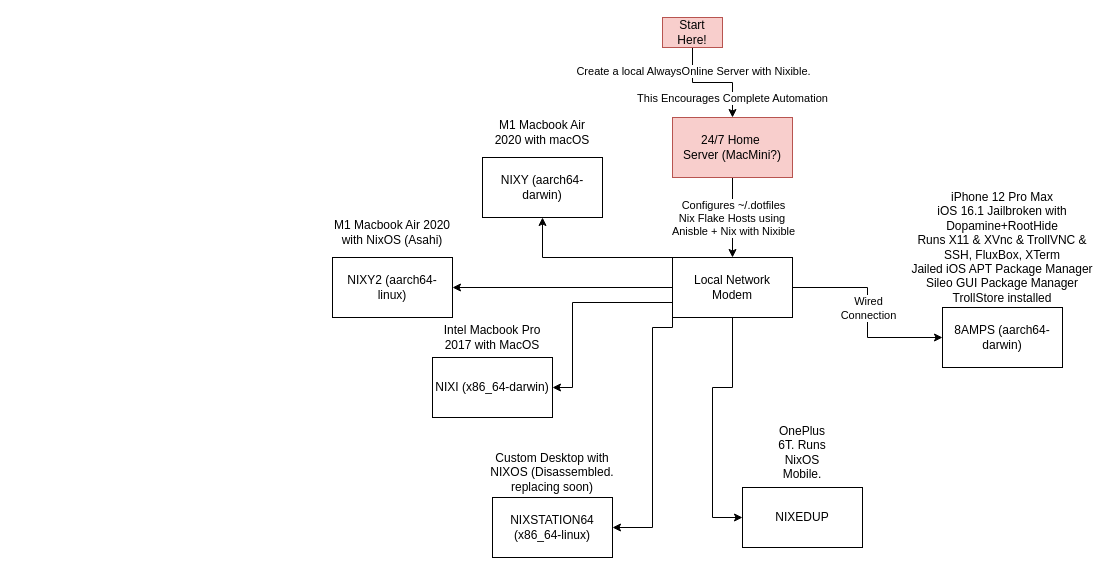
Before: architecture.drawio in aspauldingcode/.dotfiles, a draw.io diagram. Source tidied: cells renumbered, new cells numbered last; positions are measured from the earlier drawing's top-left corner, leaving out a move shared by most shapes. Both pictures are drawn from the tidied source at 100%, with x=0, y=0 at pixel (327, 17).
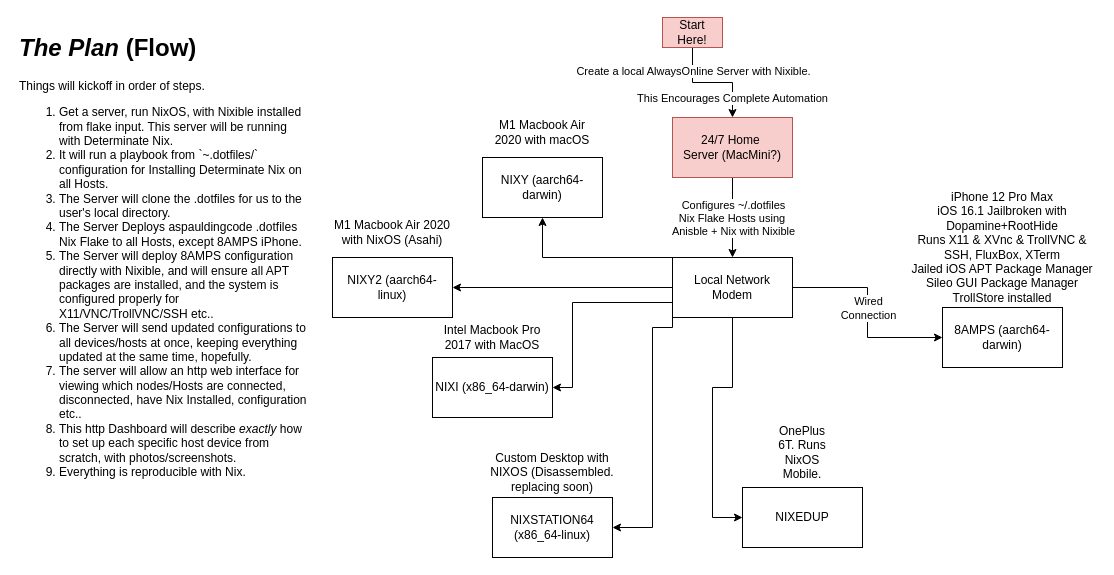
After the change.

What changed in the source:
```diff
@@
+    <mxCell id="29" value="&lt;h1 style=&quot;margin-top: 0px;&quot;&gt;&lt;i&gt;The Plan&lt;/i&gt; (Flow)&lt;/h1&gt;&lt;p&gt;Things will kickoff in order of steps.&lt;/p&gt;&lt;p&gt;&lt;/p&gt;&lt;ol&gt;&lt;li&gt;Get a server, run NixOS, with Nixible installed from flake input. This server will be running with Determinate Nix.&lt;br&gt;&lt;/li&gt;&lt;li&gt;It will run a playbook from `~.dotfiles/` configuration for Installing Determinate Nix on all Hosts.&lt;/li&gt;&lt;li&gt;The Server will clone the .dotfiles for us to the user's local directory.&lt;/li&gt;&lt;li&gt;The Server Deploys aspauldingcode .dotfiles Nix Flake to all Hosts, except 8AMPS iPhone.&lt;/li&gt;&lt;li&gt;The Server will deploy 8AMPS configuration directly with Nixible, and will ensure all APT packages are installed, and the system is configured properly for X11/VNC/TrollVNC/SSH etc..&lt;/li&gt;&lt;li&gt;The Server will send updated configurations to all devices/hosts at once, keeping everything updated at the same time, hopefully.&lt;/li&gt;&lt;li&gt;The server will allow an http web interface for viewing which nodes/Hosts are connected, disconnected, have Nix Installed, configuration etc..&lt;/li&gt;&lt;li&gt;This http Dashboard will describe &lt;i&gt;exactly&lt;/i&gt;&amp;nbsp;how to set up each specific host device from scratch, with photos/screenshots.&lt;/li&gt;&lt;li&gt;Everything is reproducible with Nix.&lt;/li&gt;&lt;/ol&gt;&lt;p&gt;&lt;/p&gt;" style="text;html=1;whiteSpace=wrap;overflow=hidden;rounded=0;" parent="1" vertex="1">
+      <mxGeometry x="-310" y="10" width="290" height="485" as="geometry" />
+    </mxCell>
```
